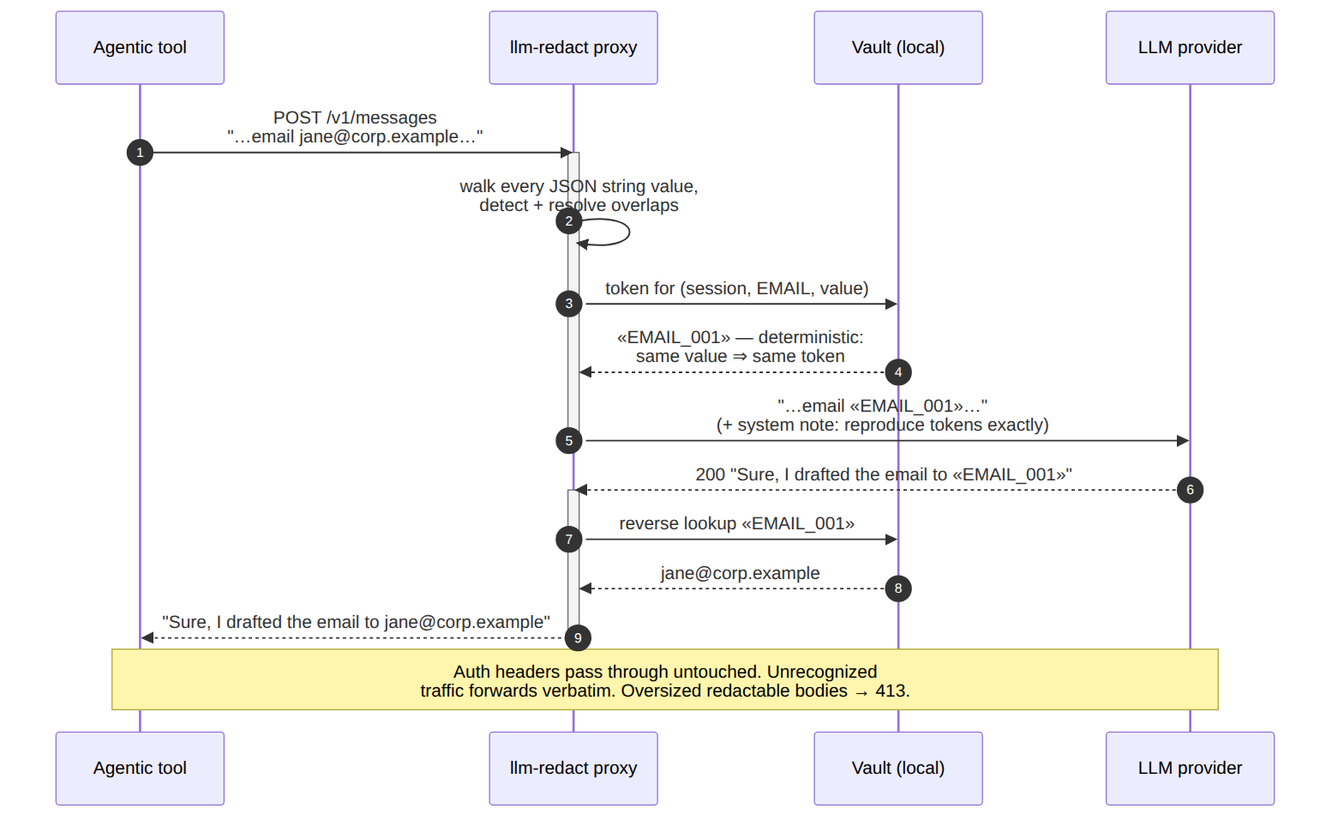
The Mermaid diagram docs/diagrams/sequence-chat.png in asanderson/llm-redact, before a commit. Its source is kept beside it as docs/diagrams/sequence-chat.mmd.
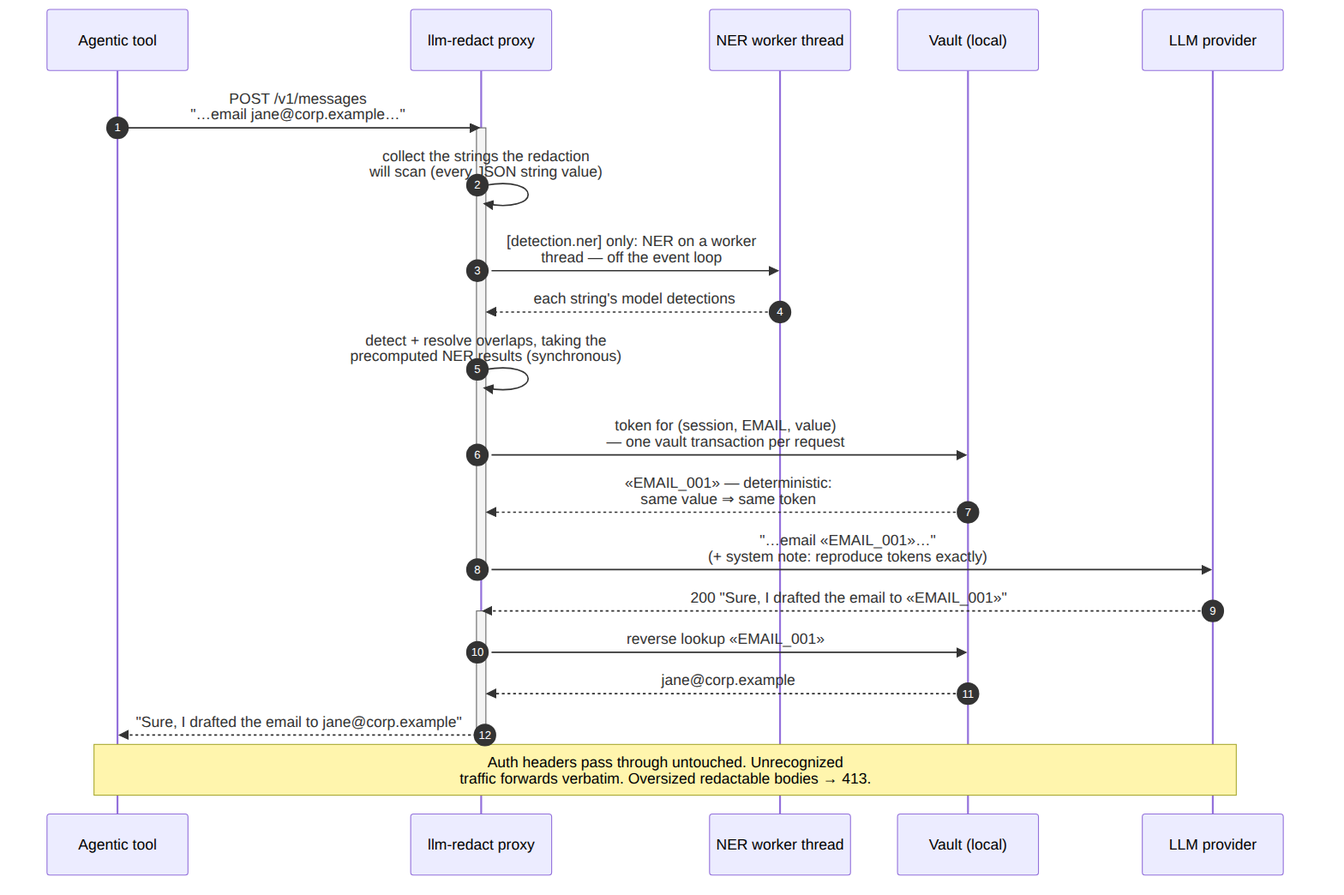
After the change.

Diff of the diagram source:
```diff
@@ -2,13 +2,17 @@
     autonumber
     participant T as Agentic tool
     participant P as llm-redact proxy
+    participant W as NER worker thread
     participant V as Vault (local)
     participant L as LLM provider
 
     T->>P: POST /v1/messages<br/>"…email jane@corp.example…"
     activate P
-    P->>P: walk every JSON string value,<br/>detect + resolve overlaps
-    P->>V: token for (session, EMAIL, value)
+    P->>P: collect the strings the redaction<br/>will scan (every JSON string value)
+    P->>W: [detection.ner] only: NER on a worker<br/>thread — off the event loop
+    W-->>P: each string's model detections
+    P->>P: detect + resolve overlaps, taking the<br/>precomputed NER results (synchronous)
+    P->>V: token for (session, EMAIL, value)<br/>— one vault transaction per request
     V-->>P: «EMAIL_001» — deterministic:<br/>same value ⇒ same token
     P->>L: "…email «EMAIL_001»…"<br/>(+ system note: reproduce tokens exactly)
     deactivate P
```
